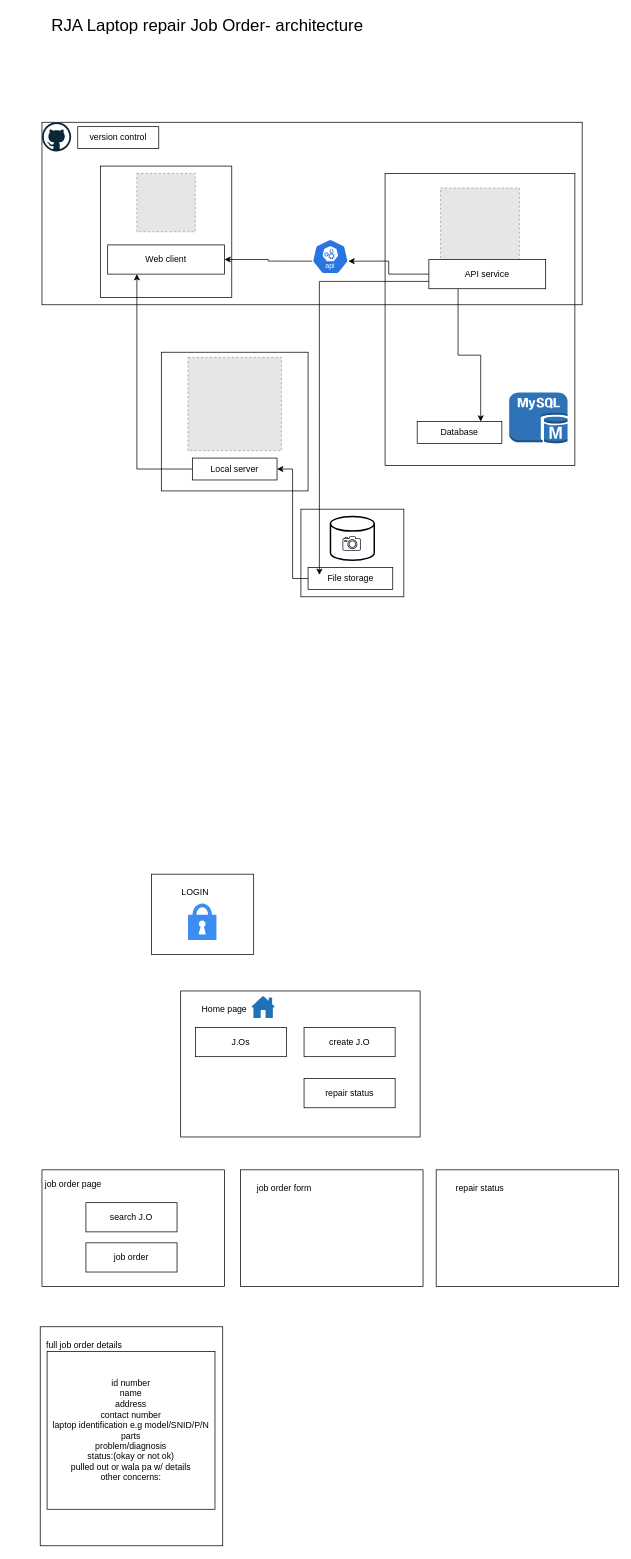
The draw.io diagram Untitled Diagram.drawio in tehnczon/laptop_repair_joborder, before the edit. Source tidied: cells renumbered, new cells numbered last; positions are measured from the earlier drawing's top-left corner, leaving out a move shared by most shapes. Both pictures are drawn from the tidied source at 73%, with x=0, y=0 at pixel (12, 12). Pictures stored in the file or linked from it are replaced by grey dashed boxes.
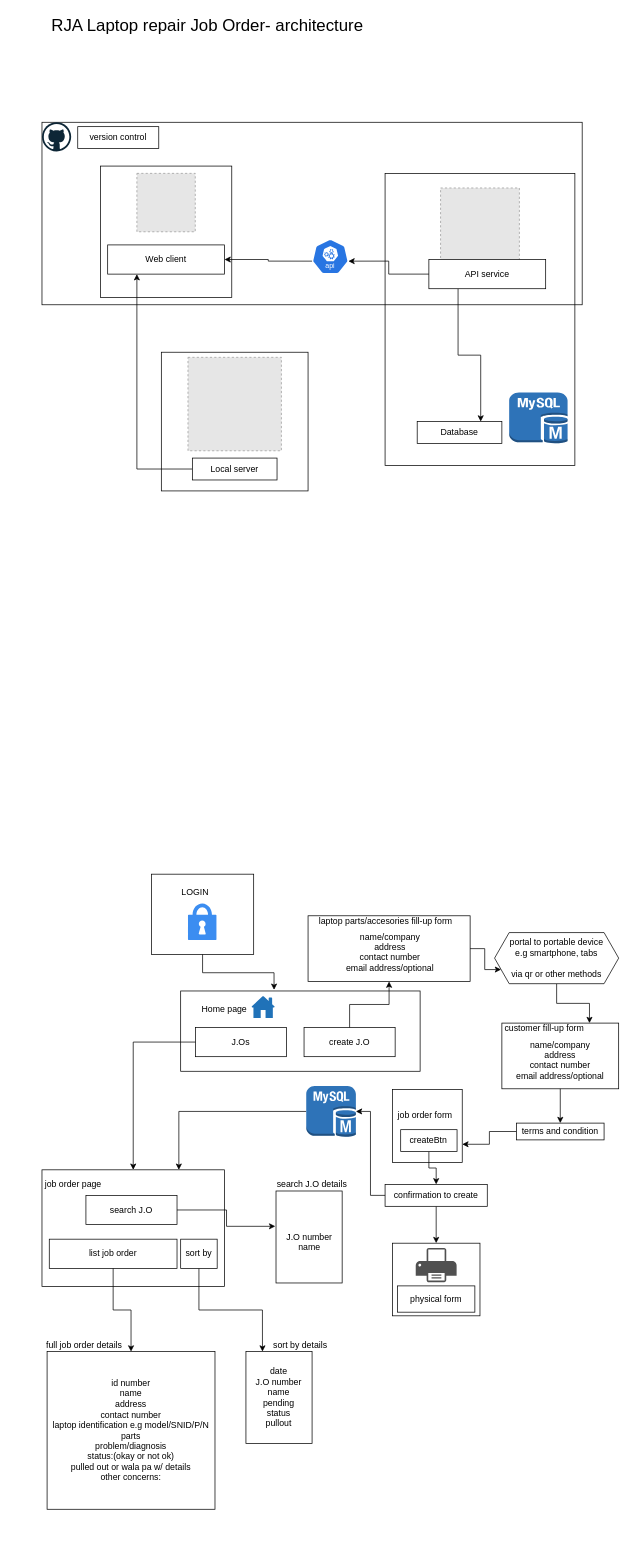
After the change.

Commit message:
joborder feb 28 update

Unchanged cells that the change refers to:
```xml
<mxCell id="2" style="rounded=0;whiteSpace=wrap;html=1;fillColor=none;" parent="1" vertex="1">
  <mxGeometry x="40" y="1585" width="250" height="160" as="geometry" />
</mxCell>
<mxCell id="16" value="API service" style="rounded=0;whiteSpace=wrap;html=1;" parent="1" vertex="1">
  <mxGeometry x="570" y="338" width="160" height="40" as="geometry" />
</mxCell>
<mxCell id="22" value="Local server" style="rounded=0;whiteSpace=wrap;html=1;" parent="1" vertex="1">
  <mxGeometry x="246" y="610" width="116" height="30" as="geometry" />
</mxCell>
<mxCell id="30" style="rounded=0;whiteSpace=wrap;html=1;fillColor=none;" parent="1" vertex="1">
  <mxGeometry x="190" y="1180" width="140" height="110" as="geometry" />
</mxCell>
<mxCell id="33" value="create J.O" style="rounded=0;whiteSpace=wrap;html=1;fillColor=none;" parent="1" vertex="1">
  <mxGeometry x="399" y="1390" width="124.8" height="40" as="geometry" />
</mxCell>
<mxCell id="34" value="J.Os" style="rounded=0;whiteSpace=wrap;html=1;fillColor=none;" parent="1" vertex="1">
  <mxGeometry x="250.3" y="1390" width="124.8" height="40" as="geometry" />
</mxCell>
<mxCell id="47" value="&lt;div&gt;id number&lt;/div&gt;name&lt;div&gt;address&lt;/div&gt;&lt;div&gt;contact number&lt;/div&gt;&lt;div&gt;laptop identification e.g model/SNID/P/N&lt;br&gt;&lt;div&gt;parts&lt;/div&gt;&lt;div&gt;problem/diagnosis&lt;/div&gt;&lt;div&gt;status:(okay or not ok)&lt;/div&gt;&lt;div&gt;pulled out or wala pa w/ details&lt;/div&gt;&lt;/div&gt;&lt;div&gt;other concerns:&lt;/div&gt;" style="rounded=0;whiteSpace=wrap;html=1;" parent="1" vertex="1">
  <mxGeometry x="47" y="1834" width="230" height="216" as="geometry" />
</mxCell>
```

What changed in the source:
```diff
@@
+    <mxCell id="48" style="edgeStyle=orthogonalEdgeStyle;rounded=0;jettySize=auto;html=1;exitX=0.5;exitY=1;exitDx=0;exitDy=0;entryX=0.5;entryY=0;entryDx=0;entryDy=0;" parent="1" edge="1" source="49" target="74">
+      <mxGeometry relative="1" as="geometry" />
+    </mxCell>
+    <mxCell id="49" style="rounded=0;whiteSpace=wrap;html=1;fillColor=none;" parent="1" vertex="1">
+      <mxGeometry x="670" y="1384" width="160" height="90" as="geometry" />
+    </mxCell>
@@
     <mxCell id="3" style="rounded=0;whiteSpace=wrap;html=1;fillColor=none;" parent="1" vertex="1">
-      <mxGeometry x="230" y="1340" width="328" height="200" as="geometry" />
+      <mxGeometry x="230" y="1340" width="328" height="110" as="geometry" />
     </mxCell>
@@
-    <mxCell id="5" style="strokeWidth=2;html=1;shape=mxgraph.flowchart.database;whiteSpace=wrap;fillColor=none;" parent="1" vertex="1">
-      <mxGeometry x="435.2" y="690" width="60" height="60" as="geometry" />
-    </mxCell>
-    <mxCell id="6" style="rounded=0;whiteSpace=wrap;html=1;fillColor=none;" parent="1" vertex="1">
-      <mxGeometry x="394.7" y="680" width="141" height="120" as="geometry" />
-    </mxCell>
@@
-    <mxCell id="23" style="sketch=0;fontColor=#232F3E;gradientColor=none;fillColor=#232F3D;strokeColor=none;dashed=0;verticalLabelPosition=bottom;verticalAlign=top;align=center;html=1;fontSize=12;fontStyle=0;shape=mxgraph.aws4.camera2;" parent="1" vertex="1">
-      <mxGeometry x="451.6" y="717" width="25.2" height="20" as="geometry" />
-    </mxCell>
-    <mxCell id="24" style="edgeStyle=orthogonalEdgeStyle;rounded=0;jettySize=auto;html=1;exitX=0;exitY=0.5;exitDx=0;exitDy=0;entryX=1;entryY=0.5;entryDx=0;entryDy=0;" parent="1" edge="1" source="25" target="22">
-      <mxGeometry relative="1" as="geometry" />
-    </mxCell>
-    <mxCell id="25" value="File storage" style="rounded=0;whiteSpace=wrap;html=1;" parent="1" vertex="1">
-      <mxGeometry x="404.5" y="760" width="116" height="30" as="geometry" />
-    </mxCell>
-    <mxCell id="26" style="edgeStyle=orthogonalEdgeStyle;rounded=0;jettySize=auto;html=1;exitX=0;exitY=0.75;exitDx=0;exitDy=0;entryX=0.134;entryY=0.333;entryDx=0;entryDy=0;entryPerimeter=0;" parent="1" edge="1" source="16" target="25">
-      <mxGeometry relative="1" as="geometry" />
-    </mxCell>
@@
+    <mxCell id="50" style="edgeStyle=orthogonalEdgeStyle;rounded=0;jettySize=auto;html=1;exitX=0.5;exitY=0;exitDx=0;exitDy=0;entryX=0.5;entryY=1;entryDx=0;entryDy=0;" parent="1" edge="1" source="33" target="76">
+      <mxGeometry relative="1" as="geometry" />
+    </mxCell>
@@
+    <mxCell id="51" style="edgeStyle=orthogonalEdgeStyle;rounded=0;jettySize=auto;html=1;exitX=0;exitY=0.5;exitDx=0;exitDy=0;entryX=0.5;entryY=0;entryDx=0;entryDy=0;" parent="1" edge="1" source="34" target="2">
+      <mxGeometry relative="1" as="geometry" />
+    </mxCell>
@@
-    <mxCell id="35" value="repair status" style="rounded=0;whiteSpace=wrap;html=1;fillColor=none;" parent="1" vertex="1">
-      <mxGeometry x="399" y="1460" width="124.8" height="40" as="geometry" />
-    </mxCell>
@@
     <mxCell id="38" value="search J.O" style="rounded=0;whiteSpace=wrap;html=1;fillColor=none;" parent="1" vertex="1">
-      <mxGeometry x="100.2" y="1630" width="124.8" height="40" as="geometry" />
+      <mxGeometry x="100.2" y="1620" width="124.8" height="40" as="geometry" />
     </mxCell>
@@
-    <mxCell id="40" value="job order" style="rounded=0;whiteSpace=wrap;html=1;fillColor=none;" parent="1" vertex="1">
-      <mxGeometry x="100.2" y="1685" width="124.8" height="40" as="geometry" />
+    <mxCell id="40" value="list job order" style="rounded=0;whiteSpace=wrap;html=1;fillColor=none;" parent="1" vertex="1">
+      <mxGeometry x="50" y="1680" width="175" height="40" as="geometry" />
     </mxCell>
     <mxCell id="41" style="rounded=0;whiteSpace=wrap;html=1;fillColor=none;" parent="1" vertex="1">
-      <mxGeometry x="312" y="1585" width="250" height="160" as="geometry" />
+      <mxGeometry x="520" y="1475" width="95.7" height="100" as="geometry" />
     </mxCell>
     <mxCell id="42" value="job order form" style="rounded=0;whiteSpace=wrap;html=1;strokeColor=none;fillColor=none;" parent="1" vertex="1">
-      <mxGeometry x="312" y="1585" width="120" height="50" as="geometry" />
+      <mxGeometry x="510" y="1485" width="110" height="50" as="geometry" />
     </mxCell>
-    <mxCell id="43" style="rounded=0;whiteSpace=wrap;html=1;fillColor=none;" parent="1" vertex="1">
-      <mxGeometry x="580" y="1585" width="250" height="160" as="geometry" />
-    </mxCell>
-    <mxCell id="44" value="repair status" style="rounded=0;whiteSpace=wrap;html=1;strokeColor=none;fillColor=none;" parent="1" vertex="1">
-      <mxGeometry x="580" y="1585" width="120" height="50" as="geometry" />
-    </mxCell>
-    <mxCell id="45" style="rounded=0;whiteSpace=wrap;html=1;fillColor=none;" parent="1" vertex="1">
-      <mxGeometry x="37.6" y="1800" width="250" height="300" as="geometry" />
-    </mxCell>
@@
+    <mxCell id="52" style="edgeStyle=orthogonalEdgeStyle;rounded=0;jettySize=auto;html=1;exitX=0.5;exitY=1;exitDx=0;exitDy=0;entryX=0.39;entryY=-0.014;entryDx=0;entryDy=0;entryPerimeter=0;" parent="1" edge="1" source="30" target="3">
+      <mxGeometry relative="1" as="geometry" />
+    </mxCell>
+    <mxCell id="53" style="edgeStyle=orthogonalEdgeStyle;rounded=0;jettySize=auto;html=1;exitX=0.5;exitY=1;exitDx=0;exitDy=0;" parent="1" edge="1" source="40" target="47">
+      <mxGeometry relative="1" as="geometry" />
+    </mxCell>
+    <mxCell id="54" style="edgeStyle=orthogonalEdgeStyle;rounded=0;jettySize=auto;html=1;exitX=0.5;exitY=1;exitDx=0;exitDy=0;entryX=0.25;entryY=0;entryDx=0;entryDy=0;" parent="1" edge="1" source="55" target="57">
+      <mxGeometry relative="1" as="geometry" />
+    </mxCell>
+    <mxCell id="55" value="sort by" style="rounded=0;whiteSpace=wrap;html=1;" parent="1" vertex="1">
+      <mxGeometry x="230" y="1680" width="50" height="40" as="geometry" />
+    </mxCell>
+    <mxCell id="56" value="sort by details" style="rounded=0;whiteSpace=wrap;html=1;strokeColor=none;fillColor=none;" parent="1" vertex="1">
+      <mxGeometry x="334" y="1800" width="120" height="50" as="geometry" />
+    </mxCell>
+    <mxCell id="57" value="date&lt;div&gt;J.O number&lt;/div&gt;&lt;div&gt;name&lt;br&gt;&lt;div&gt;pending&lt;/div&gt;&lt;div&gt;status&lt;/div&gt;&lt;div&gt;pullout&lt;/div&gt;&lt;/div&gt;" style="rounded=0;whiteSpace=wrap;html=1;" parent="1" vertex="1">
+      <mxGeometry x="319.4" y="1834" width="90.6" height="126" as="geometry" />
+    </mxCell>
+    <mxCell id="58" value="search J.O&amp;nbsp;details" style="rounded=0;whiteSpace=wrap;html=1;strokeColor=none;fillColor=none;" parent="1" vertex="1">
+      <mxGeometry x="350" y="1580" width="120" height="50" as="geometry" />
+    </mxCell>
+    <mxCell id="59" value="&lt;br&gt;&lt;div&gt;J.O number&lt;/div&gt;&lt;div&gt;name&lt;/div&gt;" style="rounded=0;whiteSpace=wrap;html=1;" parent="1" vertex="1">
+      <mxGeometry x="360.6" y="1614" width="90.6" height="126" as="geometry" />
+    </mxCell>
+    <mxCell id="60" style="edgeStyle=orthogonalEdgeStyle;rounded=0;jettySize=auto;html=1;exitX=1;exitY=0.5;exitDx=0;exitDy=0;entryX=-0.011;entryY=0.384;entryDx=0;entryDy=0;entryPerimeter=0;" parent="1" edge="1" source="38" target="59">
+      <mxGeometry relative="1" as="geometry" />
+    </mxCell>
+    <mxCell id="61" style="edgeStyle=orthogonalEdgeStyle;rounded=0;jettySize=auto;html=1;exitX=0.5;exitY=1;exitDx=0;exitDy=0;entryX=0.5;entryY=0;entryDx=0;entryDy=0;" parent="1" edge="1" source="62" target="64">
+      <mxGeometry relative="1" as="geometry" />
+    </mxCell>
+    <mxCell id="62" value="createBtn" style="rounded=0;whiteSpace=wrap;html=1;" parent="1" vertex="1">
+      <mxGeometry x="531.4" y="1530" width="77.2" height="30" as="geometry" />
+    </mxCell>
+    <mxCell id="63" style="edgeStyle=orthogonalEdgeStyle;rounded=0;jettySize=auto;html=1;exitX=0.5;exitY=1;exitDx=0;exitDy=0;entryX=0.5;entryY=0;entryDx=0;entryDy=0;" parent="1" edge="1" source="64" target="66">
+      <mxGeometry relative="1" as="geometry" />
+    </mxCell>
+    <mxCell id="64" value="confirmation to create" style="rounded=0;whiteSpace=wrap;html=1;" parent="1" vertex="1">
+      <mxGeometry x="510" y="1605" width="140" height="30" as="geometry" />
+    </mxCell>
+    <mxCell id="65" style="sketch=0;shadow=0;dashed=0;html=1;strokeColor=none;fillColor=#505050;labelPosition=center;verticalLabelPosition=bottom;verticalAlign=top;align=center;shape=mxgraph.office.devices.printer;" parent="1" vertex="1">
+      <mxGeometry x="552" y="1692" width="56" height="47" as="geometry" />
+    </mxCell>
+    <mxCell id="66" style="rounded=0;whiteSpace=wrap;html=1;fillColor=none;" parent="1" vertex="1">
+      <mxGeometry x="520" y="1685.5" width="120" height="99.5" as="geometry" />
+    </mxCell>
+    <mxCell id="67" value="physical form" style="rounded=0;whiteSpace=wrap;html=1;" parent="1" vertex="1">
+      <mxGeometry x="527" y="1744" width="106" height="36" as="geometry" />
+    </mxCell>
+    <mxCell id="68" style="edgeStyle=orthogonalEdgeStyle;rounded=0;jettySize=auto;html=1;exitX=0;exitY=0.5;exitDx=0;exitDy=0;exitPerimeter=0;entryX=0.75;entryY=0;entryDx=0;entryDy=0;" parent="1" edge="1" source="69" target="2">
+      <mxGeometry relative="1" as="geometry" />
+    </mxCell>
+    <mxCell id="69" style="outlineConnect=0;dashed=0;verticalLabelPosition=bottom;verticalAlign=top;align=center;html=1;shape=mxgraph.aws3.mysql_db_instance;fillColor=#2E73B8;gradientColor=none;" parent="1" vertex="1">
+      <mxGeometry x="402" y="1470" width="68" height="70" as="geometry" />
+    </mxCell>
+    <mxCell id="70" style="edgeStyle=orthogonalEdgeStyle;rounded=0;jettySize=auto;html=1;exitX=0;exitY=0.5;exitDx=0;exitDy=0;entryX=1;entryY=0.5;entryDx=0;entryDy=0;entryPerimeter=0;" parent="1" edge="1" source="64" target="69">
+      <mxGeometry relative="1" as="geometry" />
+    </mxCell>
+    <mxCell id="71" value="customer fill-up form&lt;span style=&quot;background-color: transparent; color: light-dark(rgb(0, 0, 0), rgb(255, 255, 255));&quot;&gt;&amp;nbsp;&lt;/span&gt;" style="rounded=0;whiteSpace=wrap;html=1;fillColor=none;strokeColor=none;" parent="1" vertex="1">
+      <mxGeometry x="670" y="1377" width="120" height="30" as="geometry" />
+    </mxCell>
+    <mxCell id="72" value="name/company&lt;div&gt;address&lt;/div&gt;&lt;div&gt;contact number&lt;/div&gt;&lt;div&gt;email address/optional&lt;/div&gt;&lt;div&gt;&lt;br&gt;&lt;/div&gt;" style="text;html=1;align=center;verticalAlign=middle;whiteSpace=wrap;rounded=0;" parent="1" vertex="1">
+      <mxGeometry x="680" y="1415" width="140" height="53" as="geometry" />
+    </mxCell>
+    <mxCell id="73" style="edgeStyle=orthogonalEdgeStyle;rounded=0;jettySize=auto;html=1;exitX=0;exitY=0.5;exitDx=0;exitDy=0;entryX=1;entryY=0.75;entryDx=0;entryDy=0;" parent="1" edge="1" source="74" target="41">
+      <mxGeometry relative="1" as="geometry" />
+    </mxCell>
+    <mxCell id="74" value="terms and condition" style="rounded=0;whiteSpace=wrap;html=1;" parent="1" vertex="1">
+      <mxGeometry x="690" y="1521" width="120" height="23" as="geometry" />
+    </mxCell>
+    <mxCell id="75" style="edgeStyle=orthogonalEdgeStyle;rounded=0;jettySize=auto;html=1;exitX=1;exitY=0.5;exitDx=0;exitDy=0;entryX=0;entryY=0.75;entryDx=0;entryDy=0;" parent="1" edge="1" source="76" target="80">
+      <mxGeometry relative="1" as="geometry" />
+    </mxCell>
+    <mxCell id="76" style="rounded=0;whiteSpace=wrap;html=1;fillColor=none;" parent="1" vertex="1">
+      <mxGeometry x="404.5" y="1237" width="222" height="90" as="geometry" />
+    </mxCell>
+    <mxCell id="77" value="laptop parts/accesories fill-up form" style="rounded=0;whiteSpace=wrap;html=1;fillColor=none;strokeColor=none;" parent="1" vertex="1">
+      <mxGeometry x="404.5" y="1230" width="212" height="30" as="geometry" />
+    </mxCell>
+    <mxCell id="78" value="name/company&lt;div&gt;address&lt;/div&gt;&lt;div&gt;contact number&lt;/div&gt;&lt;div&gt;email address/optional&lt;/div&gt;&lt;div&gt;&lt;br&gt;&lt;/div&gt;" style="text;html=1;align=center;verticalAlign=middle;whiteSpace=wrap;rounded=0;" parent="1" vertex="1">
+      <mxGeometry x="416.5" y="1267" width="200" height="53" as="geometry" />
+    </mxCell>
+    <mxCell id="79" style="edgeStyle=orthogonalEdgeStyle;rounded=0;jettySize=auto;html=1;exitX=0.5;exitY=1;exitDx=0;exitDy=0;entryX=0.75;entryY=0;entryDx=0;entryDy=0;" parent="1" edge="1" source="80" target="49">
+      <mxGeometry relative="1" as="geometry" />
+    </mxCell>
+    <mxCell id="80" value="portal to portable device&lt;div&gt;e.g smartphone, tabs&lt;/div&gt;&lt;div&gt;&lt;br&gt;&lt;/div&gt;&lt;div&gt;via qr or other methods&lt;/div&gt;" style="shape=hexagon;perimeter=hexagonPerimeter2;whiteSpace=wrap;html=1;fixedSize=1;" parent="1" vertex="1">
+      <mxGeometry x="660" y="1260" width="170" height="70" as="geometry" />
+    </mxCell>
```
